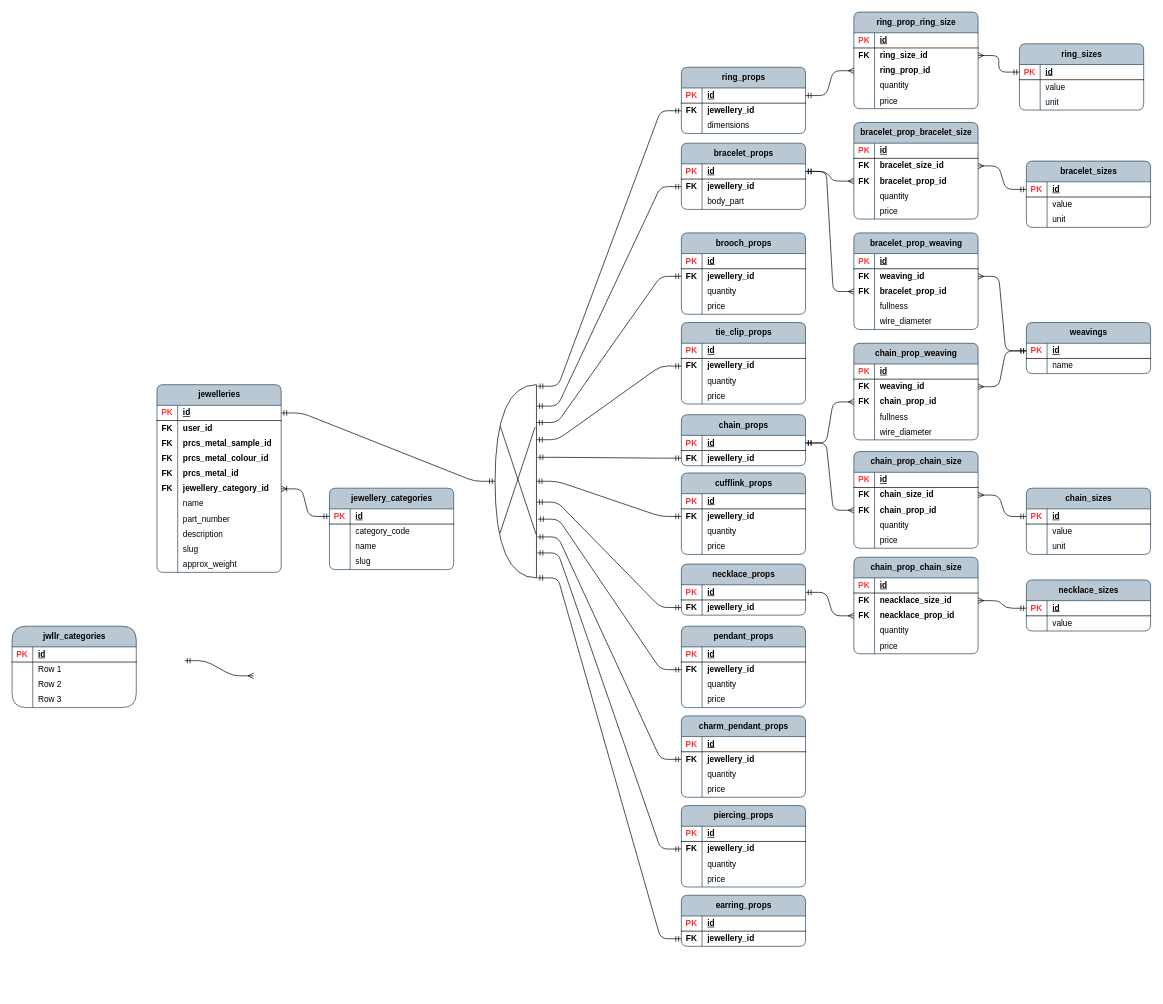
acwstudio/app-ben-brumm keeps this draw.io diagram as page "categories" (6 of 6) of jewellery_items.drawio. Above is the earlier version. Source tidied: cells renumbered, new cells numbered last; positions are measured from the earlier drawing's top-left corner, leaving out a move shared by most shapes. Both pictures are drawn from the tidied source at 69%, with x=0, y=0 at pixel (12, 12).
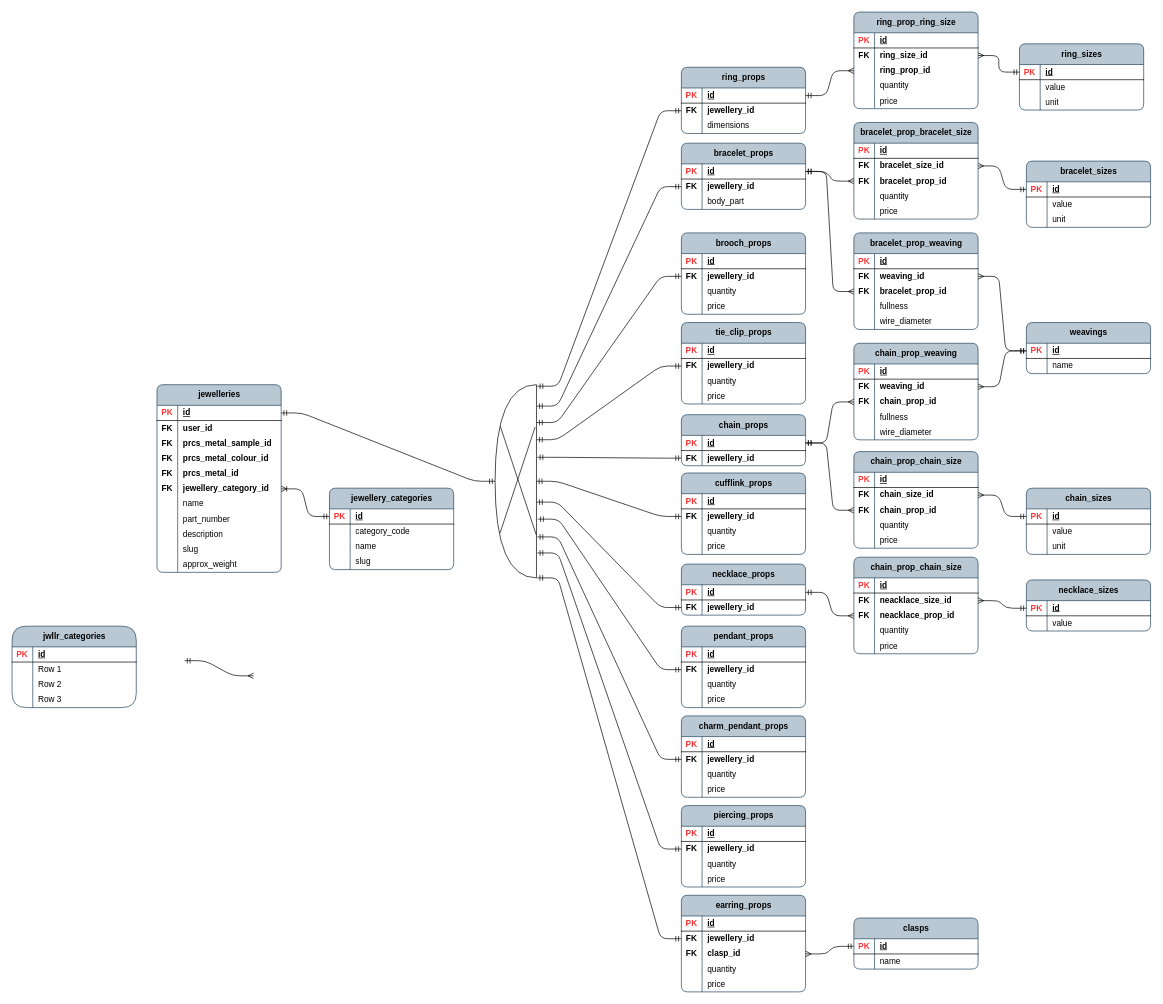
The same page after the edit.

The edit, as a diff of the source:
```diff
@@
     <mxCell id="326" value="earring_props" style="shape=table;startSize=30;childLayout=tableLayout;rowLines=0;fontStyle=1;align=center;html=1;rounded=1;swimlaneFillColor=none;fillColor=#bac8d3;strokeColor=#23445d;columnLines=1;arcSize=10;" parent="1" vertex="1">
-      <mxGeometry x="970" y="1280" width="180" height="74" as="geometry" />
+      <mxGeometry x="970" y="1280" width="180" height="140" as="geometry" />
     </mxCell>
@@
+    <mxCell id="350" style="shape=tableRow;horizontal=0;startSize=0;swimlaneHead=0;swimlaneBody=0;fillColor=none;points=[[0,0.5],[1,0.5]];portConstraint=eastwest;top=0;left=0;right=0;bottom=0;rounded=0;" parent="326" vertex="1">
+      <mxGeometry y="74" width="180" height="22" as="geometry" />
+    </mxCell>
+    <mxCell id="351" value="&lt;b&gt;FK&lt;/b&gt;" style="shape=partialRectangle;fillColor=none;top=0;left=0;bottom=0;right=0;overflow=hidden;whiteSpace=wrap;html=1;" parent="350" vertex="1">
+      <mxGeometry width="30" height="22" as="geometry" />
+    </mxCell>
+    <mxCell id="352" value="&lt;b&gt;clasp_id&lt;/b&gt;" style="shape=partialRectangle;fillColor=none;top=0;left=0;bottom=0;right=0;align=left;spacingLeft=6;overflow=hidden;whiteSpace=wrap;html=1;" parent="350" vertex="1">
+      <mxGeometry x="30" width="150" height="22" as="geometry" />
+    </mxCell>
+    <mxCell id="353" style="shape=tableRow;horizontal=0;startSize=0;swimlaneHead=0;swimlaneBody=0;fillColor=none;top=0;left=0;right=0;bottom=0;rounded=0;" parent="326" vertex="1">
+      <mxGeometry y="96" width="180" height="22" as="geometry" />
+    </mxCell>
+    <mxCell id="354" style="shape=partialRectangle;fillColor=none;top=0;left=0;bottom=0;right=0;overflow=hidden;whiteSpace=wrap;html=1;" parent="353" vertex="1">
+      <mxGeometry width="30" height="22" as="geometry" />
+    </mxCell>
+    <mxCell id="355" value="quantity" style="shape=partialRectangle;fillColor=none;top=0;left=0;bottom=0;right=0;align=left;spacingLeft=6;overflow=hidden;whiteSpace=wrap;html=1;" parent="353" vertex="1">
+      <mxGeometry x="30" width="150" height="22" as="geometry" />
+    </mxCell>
+    <mxCell id="356" style="shape=tableRow;horizontal=0;startSize=0;swimlaneHead=0;swimlaneBody=0;fillColor=none;top=0;left=0;right=0;bottom=0;rounded=0;" parent="326" vertex="1">
+      <mxGeometry y="118" width="180" height="22" as="geometry" />
+    </mxCell>
+    <mxCell id="357" style="shape=partialRectangle;fillColor=none;top=0;left=0;bottom=0;right=0;overflow=hidden;whiteSpace=wrap;html=1;" parent="356" vertex="1">
+      <mxGeometry width="30" height="22" as="geometry" />
+    </mxCell>
+    <mxCell id="358" value="price" style="shape=partialRectangle;fillColor=none;top=0;left=0;bottom=0;right=0;align=left;spacingLeft=6;overflow=hidden;whiteSpace=wrap;html=1;" parent="356" vertex="1">
+      <mxGeometry x="30" width="150" height="22" as="geometry" />
+    </mxCell>
@@
+    <mxCell id="359" value="clasps" style="shape=table;startSize=30;childLayout=tableLayout;rowLines=0;fontStyle=1;align=center;html=1;rounded=1;swimlaneFillColor=none;fillColor=#bac8d3;strokeColor=#23445d;columnLines=1;arcSize=10;" parent="1" vertex="1">
+      <mxGeometry x="1220" y="1313" width="180" height="74" as="geometry" />
+    </mxCell>
+    <mxCell id="360" style="shape=tableRow;horizontal=0;startSize=0;swimlaneHead=0;swimlaneBody=0;fillColor=none;points=[[0,0.5],[1,0.5]];portConstraint=eastwest;top=0;left=0;right=0;bottom=1;rounded=0;" parent="359" vertex="1">
+      <mxGeometry y="30" width="180" height="22" as="geometry" />
+    </mxCell>
+    <mxCell id="361" value="&lt;font color=&quot;#ff3333&quot;&gt;PK&lt;/font&gt;" style="shape=partialRectangle;fillColor=none;top=0;left=0;bottom=0;right=0;fontStyle=1;overflow=hidden;whiteSpace=wrap;html=1;" parent="360" vertex="1">
+      <mxGeometry width="30" height="22" as="geometry" />
+    </mxCell>
+    <mxCell id="362" value="id" style="shape=partialRectangle;fillColor=none;top=0;left=0;bottom=0;right=0;align=left;spacingLeft=6;fontStyle=5;overflow=hidden;whiteSpace=wrap;html=1;" parent="360" vertex="1">
+      <mxGeometry x="30" width="150" height="22" as="geometry" />
+    </mxCell>
+    <mxCell id="363" style="shape=tableRow;horizontal=0;startSize=0;swimlaneHead=0;swimlaneBody=0;fillColor=none;top=0;left=0;right=0;bottom=0;rounded=0;" parent="359" vertex="1">
+      <mxGeometry y="52" width="180" height="22" as="geometry" />
+    </mxCell>
+    <mxCell id="364" style="shape=partialRectangle;fillColor=none;top=0;left=0;bottom=0;right=0;overflow=hidden;whiteSpace=wrap;html=1;" parent="363" vertex="1">
+      <mxGeometry width="30" height="22" as="geometry" />
+    </mxCell>
+    <mxCell id="365" value="name" style="shape=partialRectangle;fillColor=none;top=0;left=0;bottom=0;right=0;align=left;spacingLeft=6;overflow=hidden;whiteSpace=wrap;html=1;" parent="363" vertex="1">
+      <mxGeometry x="30" width="150" height="22" as="geometry" />
+    </mxCell>
+    <mxCell id="366" style="edgeStyle=entityRelationEdgeStyle;fontSize=12;html=1;endArrow=ERmany;rounded=1;curved=0;entryX=1;entryY=0.5;entryDx=0;entryDy=0;startArrow=ERmandOne;startFill=0;exitX=0;exitY=0.5;exitDx=0;exitDy=0;" parent="1" edge="1" source="360" target="350">
+      <mxGeometry relative="1" as="geometry" />
+    </mxCell>
```
